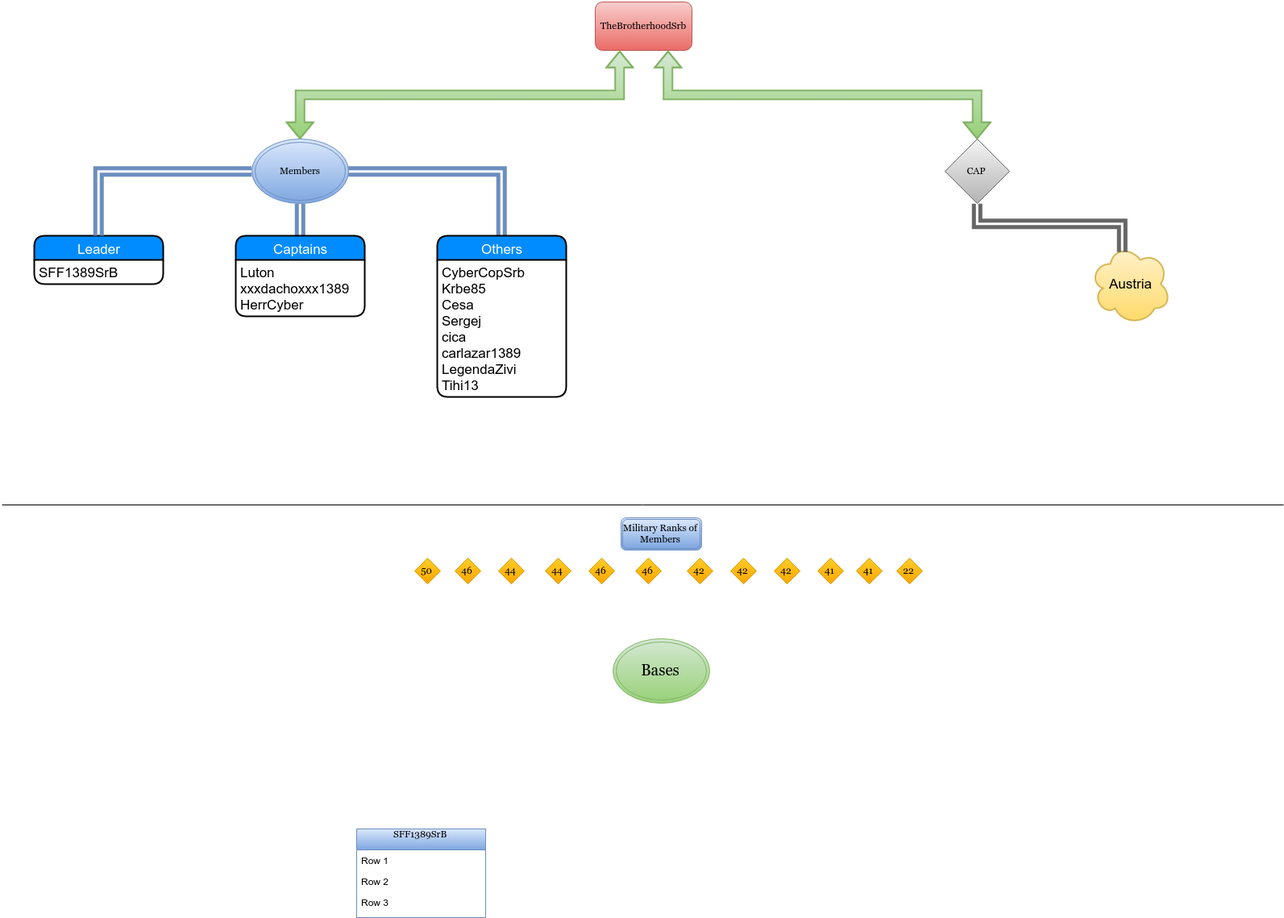
This is TheBrotherhoodSrb.png from Cyres1/1nf0warr10r, a draw.io export, as it was before one commit. Source tidied: cells renumbered, new cells last; positions are measured from the earlier drawing's top-left corner, leaving out a move shared by most shapes. The source it was exported from:
```xml
<mxGraphModel background="#ffffff">
  <root>
    <mxCell id="0" />
    <mxCell id="1" parent="0" />
    <mxCell id="2" value="TheBrotherhoodSrb" style="rounded=1;whiteSpace=wrap;html=1;fontFamily=Georgia;fontSize=12;plain-red;" parent="1" vertex="1">
      <mxGeometry x="736" width="120" height="60" as="geometry" />
    </mxCell>
    <mxCell id="3" value="CAP" style="rhombus;whiteSpace=wrap;html=1;fontFamily=Georgia;fontSize=12;plain-gray;" parent="1" vertex="1">
      <mxGeometry x="1170" y="170" width="80" height="80" as="geometry" />
    </mxCell>
    <mxCell id="4" style="edgeStyle=elbowEdgeStyle;rounded=0;html=1;exitX=0.75;exitY=1;entryX=0.5;entryY=0;jettySize=auto;strokeWidth=2;fontFamily=Georgia;fontSize=12;elbow=vertical;shape=flexArrow;plain-green;startArrow=block;" parent="1" edge="1" source="2" target="3">
      <mxGeometry relative="1" as="geometry" />
    </mxCell>
    <mxCell id="5" value="Members" style="ellipse;shape=doubleEllipse;whiteSpace=wrap;html=1;fontFamily=Georgia;fontSize=12;plain-blue;" parent="1" vertex="1">
      <mxGeometry x="310" y="170" width="120" height="80" as="geometry" />
    </mxCell>
    <mxCell id="6" style="edgeStyle=elbowEdgeStyle;shape=flexArrow;rounded=0;elbow=vertical;html=1;exitX=0.25;exitY=1;entryX=0.5;entryY=0;startArrow=block;jettySize=auto;strokeWidth=2;fontFamily=Georgia;fontSize=12;plain-green;" parent="1" edge="1" source="2" target="5">
      <mxGeometry relative="1" as="geometry" />
    </mxCell>
    <mxCell id="7" value="Leader" style="swimlane;html=1;horizontal=1;startSize=30;fillColor=#008cff;fontColor=#FFFFFF;rounded=1;fontSize=17;fontStyle=0;strokeWidth=2;shadow=0;dashed=0;align=center;" parent="1" vertex="1">
      <mxGeometry x="40" y="290" width="160" height="60" as="geometry" />
    </mxCell>
    <mxCell id="8" value="&lt;span&gt;SFF1389SrB&lt;/span&gt;&lt;br&gt;&lt;br&gt;&lt;br&gt;" style="whiteSpace=wrap;html=1;align=left;strokeColor=none;fillColor=none;spacingLeft=4;fontSize=17;verticalAlign=top;" parent="7" vertex="1">
      <mxGeometry y="30" width="160" height="30" as="geometry" />
    </mxCell>
    <mxCell id="9" style="edgeStyle=orthogonalEdgeStyle;shape=link;rounded=0;elbow=vertical;html=1;exitX=0;exitY=0.5;startArrow=none;jettySize=auto;strokeWidth=5;fontFamily=Georgia;fontSize=12;startFill=0;plain-blue;" parent="1" edge="1" source="5" target="7">
      <mxGeometry relative="1" as="geometry" />
    </mxCell>
    <mxCell id="10" style="shape=link;rounded=0;html=1;exitX=0.5;exitY=1;entryX=0.5;entryY=0;startArrow=none;jettySize=auto;strokeWidth=5;fontFamily=Georgia;fontSize=12;startFill=0;edgeStyle=elbowEdgeStyle;plain-blue;" parent="1" edge="1" source="5" target="15">
      <mxGeometry relative="1" as="geometry" />
    </mxCell>
    <mxCell id="11" style="edgeStyle=orthogonalEdgeStyle;shape=link;rounded=0;html=1;exitX=1;exitY=0.5;entryX=0.5;entryY=0;startArrow=none;startFill=0;jettySize=auto;strokeWidth=5;fontFamily=Georgia;fontSize=12;plain-blue;" parent="1" edge="1" source="5" target="12">
      <mxGeometry relative="1" as="geometry" />
    </mxCell>
    <mxCell id="12" value="Others" style="swimlane;html=1;horizontal=1;startSize=30;fillColor=#008cff;fontColor=#FFFFFF;rounded=1;fontSize=17;fontStyle=0;strokeWidth=2;shadow=0;dashed=0;align=center;" parent="1" vertex="1">
      <mxGeometry x="540" y="290" width="160" height="200" as="geometry" />
    </mxCell>
    <mxCell id="13" value="&lt;div&gt;&lt;span&gt;CyberCopSrb&lt;/span&gt;&lt;/div&gt;&lt;div&gt;Krbe85&lt;br&gt;&lt;/div&gt;&lt;div&gt;&lt;div&gt;Cesa&lt;br&gt;&lt;/div&gt;&lt;/div&gt;&lt;div&gt;Sergej&lt;br&gt;&lt;/div&gt;&lt;div&gt;cica&lt;br&gt;&lt;/div&gt;&lt;div&gt;carlazar1389&lt;br&gt;&lt;/div&gt;&lt;div&gt;LegendaZivi&lt;br&gt;&lt;/div&gt;&lt;div&gt;Tihi13&lt;br&gt;&lt;/div&gt;" style="whiteSpace=wrap;html=1;align=left;strokeColor=none;fillColor=none;spacingLeft=4;fontSize=17;verticalAlign=top;" parent="12" vertex="1">
      <mxGeometry y="30" width="160" height="170" as="geometry" />
    </mxCell>
    <mxCell id="14" value="Austria" style="ellipse;shape=cloud;strokeWidth=2;fontSize=17;whiteSpace=wrap;html=1;align=center;plain-yellow;" parent="1" vertex="1">
      <mxGeometry x="1350" y="300" width="100" height="100" as="geometry" />
    </mxCell>
    <mxCell id="15" value="Captains" style="swimlane;html=1;horizontal=1;startSize=30;fillColor=#008cff;fontColor=#FFFFFF;rounded=1;fontSize=17;fontStyle=0;strokeWidth=2;shadow=0;dashed=0;align=center;" parent="1" vertex="1">
      <mxGeometry x="290" y="290" width="160" height="100" as="geometry" />
    </mxCell>
    <mxCell id="16" value="&lt;div&gt;Luton&lt;br&gt;&lt;/div&gt;&lt;div&gt;xxxdachoxxx1389&lt;br&gt;HerrCyber&lt;/div&gt;" style="whiteSpace=wrap;html=1;align=left;strokeColor=none;fillColor=none;spacingLeft=4;fontSize=17;verticalAlign=top;" parent="15" vertex="1">
      <mxGeometry y="30" width="160" height="70" as="geometry" />
    </mxCell>
    <mxCell id="17" style="edgeStyle=orthogonalEdgeStyle;shape=link;rounded=0;html=1;exitX=0.5;exitY=1;entryX=0.4;entryY=0.1;entryPerimeter=0;startArrow=none;startFill=0;jettySize=auto;strokeWidth=5;fontFamily=Georgia;fontSize=12;plain-gray;" parent="1" edge="1" source="3" target="14">
      <mxGeometry relative="1" as="geometry" />
    </mxCell>
    <mxCell id="18" style="line;html=1;strokeWidth=1;fillColor=none;align=left;verticalAlign=middle;spacingTop=-1;spacingLeft=3;spacingRight=3;labelPosition=right;fontFamily=Georgia;fontSize=12;" parent="1" vertex="1">
      <mxGeometry y="620" width="1590" height="8" as="geometry" />
    </mxCell>
    <mxCell id="19" value="&lt;span&gt;SFF1389SrB&lt;/span&gt;&lt;br&gt;&lt;br&gt;" style="swimlane;html=1;fontStyle=0;horizontal=1;startSize=26;swimlaneFillColor=#ffffff;align=center;fontFamily=Georgia;fontSize=12;plain-blue;" parent="1" vertex="1">
      <mxGeometry x="440" y="1026" width="160" height="110" as="geometry" />
    </mxCell>
    <mxCell id="20" value="Row 1" style="text;html=1;strokeColor=none;fillColor=none;spacingLeft=4;spacingRight=4;whiteSpace=wrap;overflow=hidden;" parent="19" vertex="1">
      <mxGeometry y="26" width="160" height="26" as="geometry" />
    </mxCell>
    <mxCell id="21" value="Row 2" style="text;html=1;strokeColor=none;fillColor=none;spacingLeft=4;spacingRight=4;whiteSpace=wrap;overflow=hidden;" parent="19" vertex="1">
      <mxGeometry y="52" width="160" height="26" as="geometry" />
    </mxCell>
    <mxCell id="22" value="Row 3" style="text;html=1;strokeColor=none;fillColor=none;spacingLeft=4;spacingRight=4;whiteSpace=wrap;overflow=hidden;" parent="19" vertex="1">
      <mxGeometry y="78" width="160" height="26" as="geometry" />
    </mxCell>
    <mxCell id="23" value="50" style="rhombus;whiteSpace=wrap;html=1;fontFamily=Georgia;fontSize=12;plain-orange;" parent="1" vertex="1">
      <mxGeometry x="512" y="690" width="32" height="32" as="geometry" />
    </mxCell>
    <mxCell id="24" value="46" style="rhombus;whiteSpace=wrap;html=1;fontFamily=Georgia;fontSize=12;plain-orange;" parent="1" vertex="1">
      <mxGeometry x="562" y="690" width="32" height="32" as="geometry" />
    </mxCell>
    <mxCell id="25" value="44" style="rhombus;whiteSpace=wrap;html=1;fontFamily=Georgia;fontSize=12;plain-orange;" parent="1" vertex="1">
      <mxGeometry x="616" y="690" width="32" height="32" as="geometry" />
    </mxCell>
    <mxCell id="26" value="44" style="rhombus;whiteSpace=wrap;html=1;fontFamily=Georgia;fontSize=12;plain-orange;" parent="1" vertex="1">
      <mxGeometry x="674" y="690" width="32" height="32" as="geometry" />
    </mxCell>
    <mxCell id="27" value="46" style="rhombus;whiteSpace=wrap;html=1;fontFamily=Georgia;fontSize=12;plain-orange;" parent="1" vertex="1">
      <mxGeometry x="728" y="690" width="32" height="32" as="geometry" />
    </mxCell>
    <mxCell id="28" value="46" style="rhombus;whiteSpace=wrap;html=1;fontFamily=Georgia;fontSize=12;plain-orange;" parent="1" vertex="1">
      <mxGeometry x="786" y="690" width="32" height="32" as="geometry" />
    </mxCell>
    <mxCell id="29" value="42" style="rhombus;whiteSpace=wrap;html=1;fontFamily=Georgia;fontSize=12;plain-orange;" parent="1" vertex="1">
      <mxGeometry x="850" y="690" width="32" height="32" as="geometry" />
    </mxCell>
    <mxCell id="30" value="42" style="rhombus;whiteSpace=wrap;html=1;fontFamily=Georgia;fontSize=12;plain-orange;" parent="1" vertex="1">
      <mxGeometry x="904" y="690" width="32" height="32" as="geometry" />
    </mxCell>
    <mxCell id="31" value="42" style="rhombus;whiteSpace=wrap;html=1;fontFamily=Georgia;fontSize=12;plain-orange;" parent="1" vertex="1">
      <mxGeometry x="958" y="690" width="32" height="32" as="geometry" />
    </mxCell>
    <mxCell id="32" value="41" style="rhombus;whiteSpace=wrap;html=1;fontFamily=Georgia;fontSize=12;plain-orange;" parent="1" vertex="1">
      <mxGeometry x="1012" y="690" width="32" height="32" as="geometry" />
    </mxCell>
    <mxCell id="33" value="41" style="rhombus;whiteSpace=wrap;html=1;fontFamily=Georgia;fontSize=12;plain-orange;" parent="1" vertex="1">
      <mxGeometry x="1060" y="690" width="32" height="32" as="geometry" />
    </mxCell>
    <mxCell id="34" value="22" style="rhombus;whiteSpace=wrap;html=1;fontFamily=Georgia;fontSize=12;plain-orange;" parent="1" vertex="1">
      <mxGeometry x="1110" y="690" width="32" height="32" as="geometry" />
    </mxCell>
    <mxCell id="35" value="Military Ranks of Members" style="shape=ext;double=1;rounded=1;whiteSpace=wrap;html=1;fontFamily=Georgia;fontSize=12;plain-blue;" parent="1" vertex="1">
      <mxGeometry x="768" y="640" width="100" height="40" as="geometry" />
    </mxCell>
    <mxCell id="36" value="&lt;font style=&quot;font-size: 19px&quot;&gt;Bases&lt;/font&gt;" style="ellipse;shape=doubleEllipse;whiteSpace=wrap;html=1;fontFamily=Georgia;fontSize=12;plain-green;" parent="1" vertex="1">
      <mxGeometry x="758" y="790" width="120" height="80" as="geometry" />
    </mxCell>
  </root>
</mxGraphModel>
```
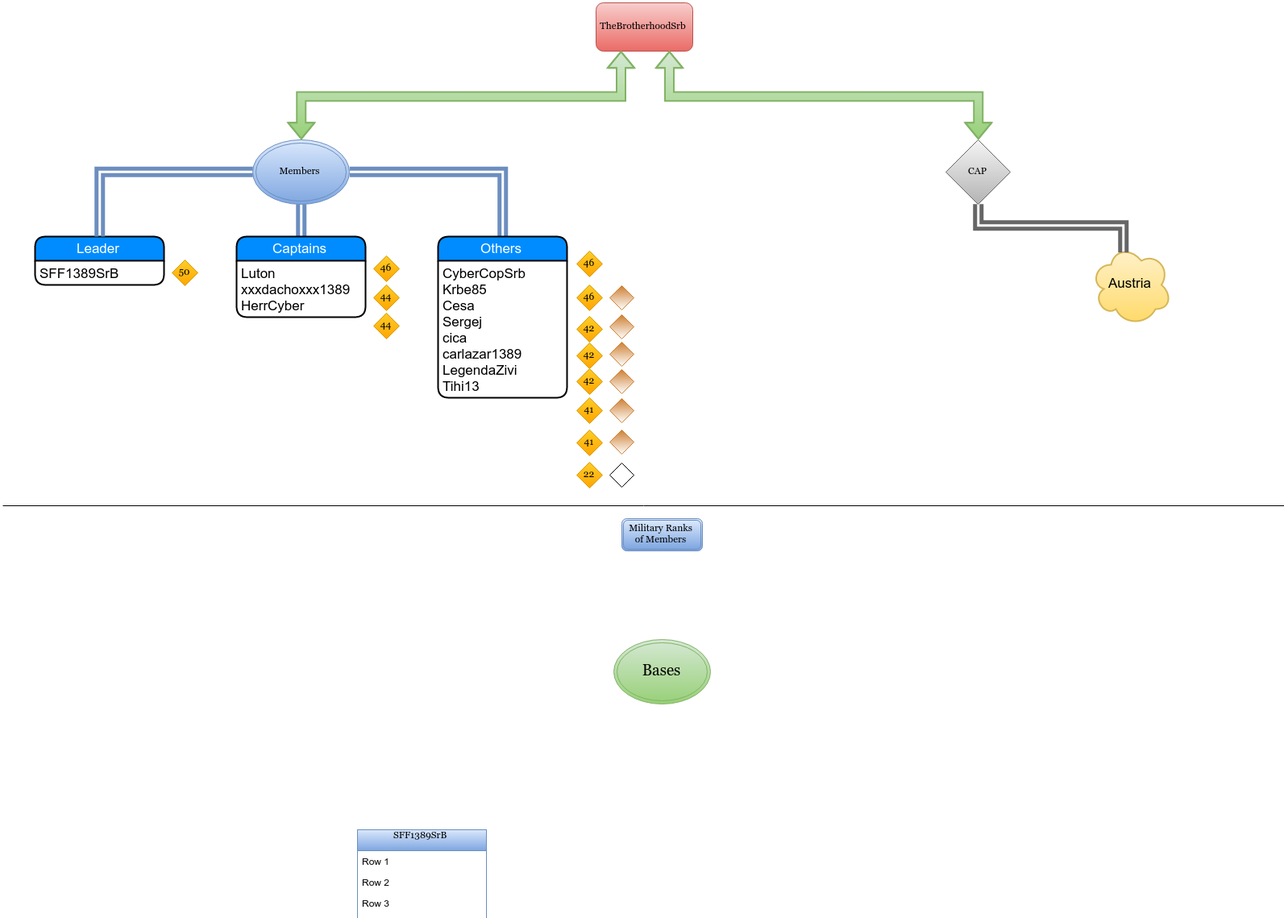
The same diagram one commit later.

Change to the diagram source:
```diff
@@ -66,40 +66,40 @@
       <mxGeometry y="78" width="160" height="26" as="geometry" />
     </mxCell>
     <mxCell id="23" value="50" style="rhombus;whiteSpace=wrap;html=1;fontFamily=Georgia;fontSize=12;plain-orange;" parent="1" vertex="1">
-      <mxGeometry x="512" y="690" width="32" height="32" as="geometry" />
+      <mxGeometry x="210" y="319" width="32" height="32" as="geometry" />
     </mxCell>
     <mxCell id="24" value="46" style="rhombus;whiteSpace=wrap;html=1;fontFamily=Georgia;fontSize=12;plain-orange;" parent="1" vertex="1">
-      <mxGeometry x="562" y="690" width="32" height="32" as="geometry" />
+      <mxGeometry x="460" y="314" width="32" height="32" as="geometry" />
     </mxCell>
     <mxCell id="25" value="44" style="rhombus;whiteSpace=wrap;html=1;fontFamily=Georgia;fontSize=12;plain-orange;" parent="1" vertex="1">
-      <mxGeometry x="616" y="690" width="32" height="32" as="geometry" />
+      <mxGeometry x="460" y="350" width="32" height="32" as="geometry" />
     </mxCell>
     <mxCell id="26" value="44" style="rhombus;whiteSpace=wrap;html=1;fontFamily=Georgia;fontSize=12;plain-orange;" parent="1" vertex="1">
-      <mxGeometry x="674" y="690" width="32" height="32" as="geometry" />
+      <mxGeometry x="460" y="385" width="32" height="32" as="geometry" />
     </mxCell>
     <mxCell id="27" value="46" style="rhombus;whiteSpace=wrap;html=1;fontFamily=Georgia;fontSize=12;plain-orange;" parent="1" vertex="1">
-      <mxGeometry x="728" y="690" width="32" height="32" as="geometry" />
+      <mxGeometry x="712" y="308" width="32" height="32" as="geometry" />
     </mxCell>
     <mxCell id="28" value="46" style="rhombus;whiteSpace=wrap;html=1;fontFamily=Georgia;fontSize=12;plain-orange;" parent="1" vertex="1">
-      <mxGeometry x="786" y="690" width="32" height="32" as="geometry" />
+      <mxGeometry x="712" y="350" width="32" height="32" as="geometry" />
     </mxCell>
     <mxCell id="29" value="42" style="rhombus;whiteSpace=wrap;html=1;fontFamily=Georgia;fontSize=12;plain-orange;" parent="1" vertex="1">
-      <mxGeometry x="850" y="690" width="32" height="32" as="geometry" />
+      <mxGeometry x="712" y="389" width="32" height="32" as="geometry" />
     </mxCell>
     <mxCell id="30" value="42" style="rhombus;whiteSpace=wrap;html=1;fontFamily=Georgia;fontSize=12;plain-orange;" parent="1" vertex="1">
-      <mxGeometry x="904" y="690" width="32" height="32" as="geometry" />
+      <mxGeometry x="712" y="422" width="32" height="32" as="geometry" />
     </mxCell>
     <mxCell id="31" value="42" style="rhombus;whiteSpace=wrap;html=1;fontFamily=Georgia;fontSize=12;plain-orange;" parent="1" vertex="1">
-      <mxGeometry x="958" y="690" width="32" height="32" as="geometry" />
+      <mxGeometry x="712" y="454" width="32" height="32" as="geometry" />
     </mxCell>
     <mxCell id="32" value="41" style="rhombus;whiteSpace=wrap;html=1;fontFamily=Georgia;fontSize=12;plain-orange;" parent="1" vertex="1">
-      <mxGeometry x="1012" y="690" width="32" height="32" as="geometry" />
+      <mxGeometry x="712" y="490" width="32" height="32" as="geometry" />
     </mxCell>
     <mxCell id="33" value="41" style="rhombus;whiteSpace=wrap;html=1;fontFamily=Georgia;fontSize=12;plain-orange;" parent="1" vertex="1">
-      <mxGeometry x="1060" y="690" width="32" height="32" as="geometry" />
+      <mxGeometry x="712" y="530" width="32" height="32" as="geometry" />
     </mxCell>
     <mxCell id="34" value="22" style="rhombus;whiteSpace=wrap;html=1;fontFamily=Georgia;fontSize=12;plain-orange;" parent="1" vertex="1">
-      <mxGeometry x="1110" y="690" width="32" height="32" as="geometry" />
+      <mxGeometry x="712" y="570" width="32" height="32" as="geometry" />
     </mxCell>
     <mxCell id="35" value="Military Ranks of Members" style="shape=ext;double=1;rounded=1;whiteSpace=wrap;html=1;fontFamily=Georgia;fontSize=12;plain-blue;" parent="1" vertex="1">
       <mxGeometry x="768" y="640" width="100" height="40" as="geometry" />
@@ -107,5 +107,32 @@
     <mxCell id="36" value="&lt;font style=&quot;font-size: 19px&quot;&gt;Bases&lt;/font&gt;" style="ellipse;shape=doubleEllipse;whiteSpace=wrap;html=1;fontFamily=Georgia;fontSize=12;plain-green;" parent="1" vertex="1">
       <mxGeometry x="758" y="790" width="120" height="80" as="geometry" />
     </mxCell>
+    <mxCell id="37" style="rhombus;whiteSpace=wrap;html=1;fontFamily=Georgia;fontSize=12;fillColor=#ffffff;direction=west;strokeColor=#000000;rotation=180;" parent="1" vertex="1">
+      <mxGeometry x="753" y="571" width="30" height="30" as="geometry" />
+    </mxCell>
+    <mxCell id="38" style="rhombus;whiteSpace=wrap;html=1;fontFamily=Georgia;fontSize=12;plain-gray;fillColor=#cd7f32;strokeColor=#cd7f32;gradientColor=#FFFFFF;" parent="1" vertex="1">
+      <mxGeometry x="753" y="530" width="30" height="30" as="geometry" />
+    </mxCell>
+    <mxCell id="39" style="rhombus;whiteSpace=wrap;html=1;fontFamily=Georgia;fontSize=12;plain-gray;fillColor=#cd7f32;strokeColor=#cd7f32;gradientColor=#FFFFFF;" parent="1" vertex="1">
+      <mxGeometry x="753" y="491" width="30" height="30" as="geometry" />
+    </mxCell>
+    <mxCell id="40" style="rhombus;whiteSpace=wrap;html=1;fontFamily=Georgia;fontSize=12;plain-gray;fillColor=#cd7f32;strokeColor=#cd7f32;gradientColor=#FFFFFF;" parent="1" vertex="1">
+      <mxGeometry x="753" y="455" width="30" height="30" as="geometry" />
+    </mxCell>
+    <mxCell id="41" style="edgeStyle=isometricEdgeStyle;shape=link;rounded=0;html=1;exitX=1;exitY=0;entryX=1;entryY=0;startArrow=none;startFill=0;jettySize=auto;orthogonalLoop=1;strokeColor=#FF0080;strokeWidth=5;fontFamily=Georgia;fontSize=12;" parent="1" edge="1" source="40" target="40">
+      <mxGeometry relative="1" as="geometry" />
+    </mxCell>
+    <mxCell id="42" style="rhombus;whiteSpace=wrap;html=1;fontFamily=Georgia;fontSize=12;plain-gray;fillColor=#cd7f32;strokeColor=#cd7f32;gradientColor=#FFFFFF;" parent="1" vertex="1">
+      <mxGeometry x="753" y="421" width="30" height="30" as="geometry" />
+    </mxCell>
+    <mxCell id="43" style="edgeStyle=isometricEdgeStyle;shape=link;rounded=0;html=1;exitX=1;exitY=1;entryX=1;entryY=1;startArrow=none;startFill=0;jettySize=auto;orthogonalLoop=1;strokeColor=#FF0080;strokeWidth=5;fontFamily=Georgia;fontSize=12;" parent="1" edge="1" source="40" target="40">
+      <mxGeometry relative="1" as="geometry" />
+    </mxCell>
+    <mxCell id="44" style="rhombus;whiteSpace=wrap;html=1;fontFamily=Georgia;fontSize=12;plain-gray;fillColor=#cd7f32;strokeColor=#cd7f32;gradientColor=#FFFFFF;" parent="1" vertex="1">
+      <mxGeometry x="753" y="387" width="30" height="30" as="geometry" />
+    </mxCell>
+    <mxCell id="45" style="rhombus;whiteSpace=wrap;html=1;fontFamily=Georgia;fontSize=12;plain-gray;fillColor=#cd7f32;strokeColor=#cd7f32;gradientColor=#FFFFFF;" parent="1" vertex="1">
+      <mxGeometry x="753" y="351" width="30" height="30" as="geometry" />
+    </mxCell>
   </root>
 </mxGraphModel>
```
